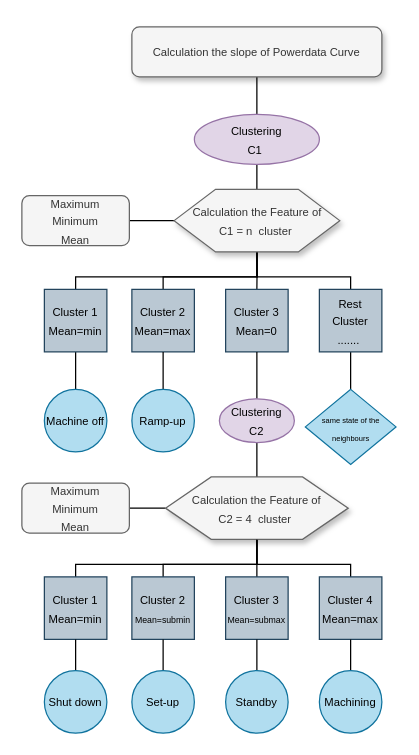
The draw.io diagram method-calender.drawio in nimeng95/monika, before the edit. Source tidied: cells renumbered, new cells numbered last; positions are measured from the earlier drawing's top-left corner, leaving out a move shared by most shapes. Both pictures are drawn from the tidied source at 125%, with x=0, y=0 at pixel (21, 26).
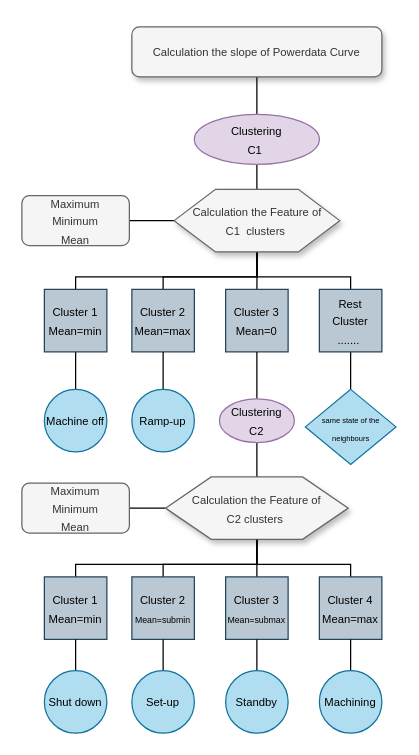
Above is the later version.

Diff of the diagram source:
```diff
@@
-    <mxCell id="11" value="&lt;font style=&quot;font-size: 9px&quot;&gt;Calculation the Feature of &lt;br&gt;C1 = n &amp;nbsp;cluster&amp;nbsp;&lt;/font&gt;" style="shape=hexagon;perimeter=hexagonPerimeter2;whiteSpace=wrap;html=1;fillColor=#f5f5f5;strokeColor=#666666;fontColor=#333333;shadow=1;" parent="1" vertex="1">
+    <mxCell id="11" value="&lt;font style=&quot;font-size: 9px&quot;&gt;Calculation the Feature of &lt;br&gt;C1 &amp;nbsp;clusters&amp;nbsp;&lt;/font&gt;" style="shape=hexagon;perimeter=hexagonPerimeter2;whiteSpace=wrap;html=1;fillColor=#f5f5f5;strokeColor=#666666;fontColor=#333333;shadow=1;" parent="1" vertex="1">
       <mxGeometry x="121.8" y="130" width="132.5" height="50" as="geometry" />
     </mxCell>
@@
-    <mxCell id="29" value="&lt;font style=&quot;font-size: 9px&quot;&gt;Calculation the Feature of &lt;br&gt;C2 = 4 &amp;nbsp;cluster&amp;nbsp;&lt;/font&gt;" style="shape=hexagon;perimeter=hexagonPerimeter2;whiteSpace=wrap;html=1;fillColor=#f5f5f5;strokeColor=#666666;fontColor=#333333;shadow=1;" parent="1" vertex="1">
+    <mxCell id="29" value="&lt;font style=&quot;font-size: 9px&quot;&gt;Calculation the Feature of &lt;br&gt;C2 clusters&amp;nbsp;&lt;/font&gt;" style="shape=hexagon;perimeter=hexagonPerimeter2;whiteSpace=wrap;html=1;fillColor=#f5f5f5;strokeColor=#666666;fontColor=#333333;shadow=1;" parent="1" vertex="1">
       <mxGeometry x="114.9" y="360" width="146.2" height="50" as="geometry" />
     </mxCell>
```
